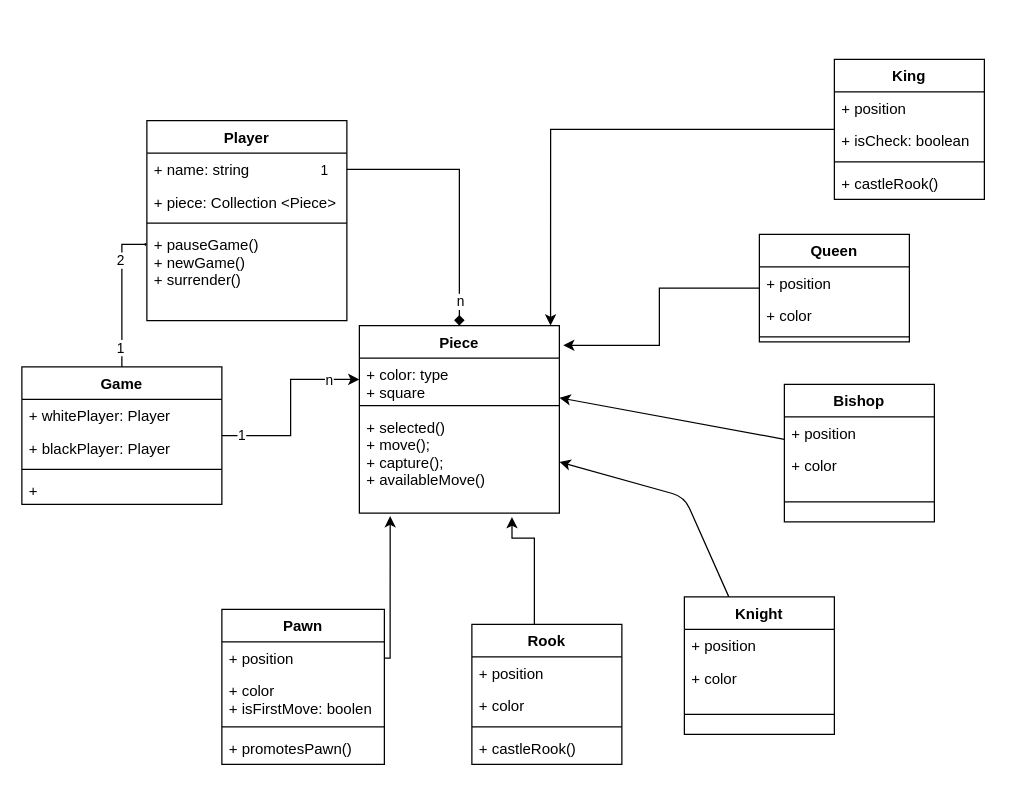
Above: uml/classDiagram.drawio in felixnguyen678/chess.com (draw.io), before the change. Source tidied: cells renumbered, new cells numbered last; positions are measured from the earlier drawing's top-left corner, leaving out a move shared by most shapes. Both pictures are drawn from the tidied source at 125%, with x=0, y=0 at pixel (21, 59).
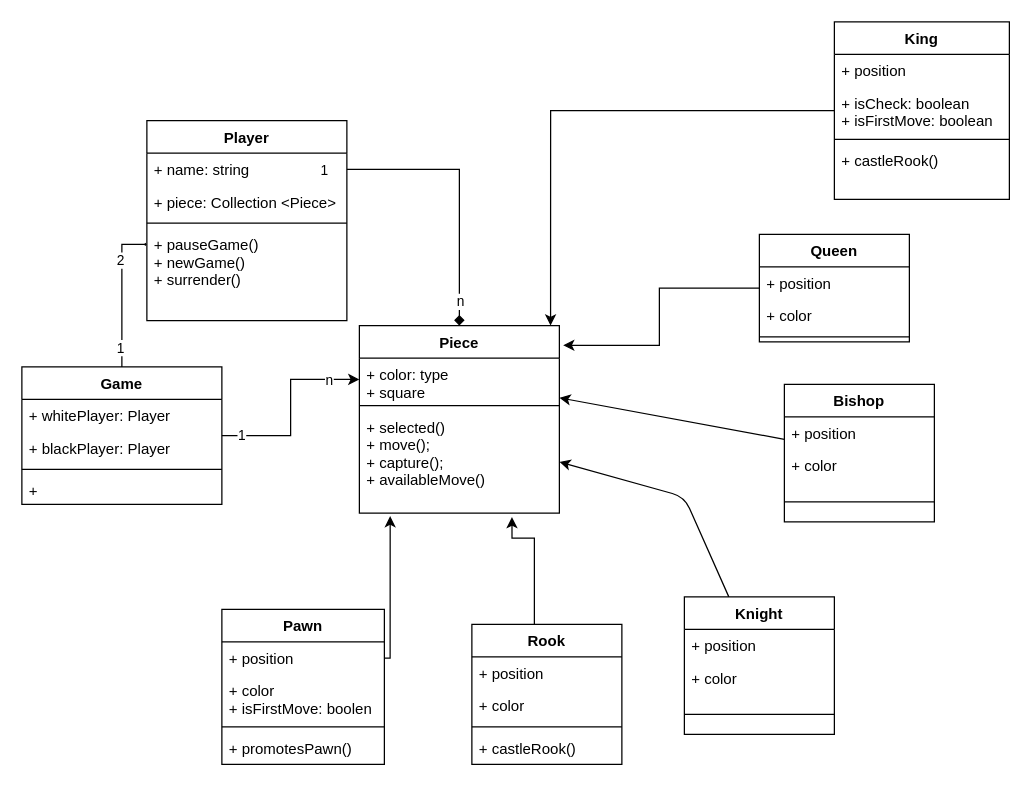
After the change.

Commit message:
nhom_1 | Update King in class diagram

Diff of the diagram source:
```diff
@@
     <mxCell id="29" value="King" style="swimlane;fontStyle=1;align=center;verticalAlign=top;horizontal=1;startSize=26;" parent="1" vertex="1">
-      <mxGeometry x="650" width="120" height="112" as="geometry" />
+      <mxGeometry x="650" y="-30" width="140" height="142" as="geometry" />
     </mxCell>
     <mxCell id="30" value="+ position&#10;" style="text;strokeColor=none;fillColor=none;align=left;verticalAlign=top;spacingLeft=4;spacingRight=4;overflow=hidden;" parent="29" vertex="1">
-      <mxGeometry y="26" width="120" height="26" as="geometry" />
+      <mxGeometry y="26" width="140" height="26" as="geometry" />
     </mxCell>
-    <mxCell id="31" value="+ isCheck: boolean" style="text;strokeColor=none;fillColor=none;align=left;verticalAlign=top;spacingLeft=4;spacingRight=4;overflow=hidden;" parent="29" vertex="1">
-      <mxGeometry y="52" width="120" height="26" as="geometry" />
+    <mxCell id="31" value="+ isCheck: boolean&#10;+ isFirstMove: boolean" style="text;strokeColor=none;fillColor=none;align=left;verticalAlign=top;spacingLeft=4;spacingRight=4;overflow=hidden;" parent="29" vertex="1">
+      <mxGeometry y="52" width="140" height="38" as="geometry" />
     </mxCell>
     <mxCell id="32" style="line;strokeWidth=1;fillColor=none;align=left;verticalAlign=middle;spacingTop=-1;spacingLeft=3;spacingRight=3;labelPosition=right;" parent="29" vertex="1">
-      <mxGeometry y="78" width="120" height="8" as="geometry" />
+      <mxGeometry y="90" width="140" height="8" as="geometry" />
     </mxCell>
     <mxCell id="33" value="+ castleRook()" style="text;strokeColor=none;fillColor=none;align=left;verticalAlign=top;spacingLeft=4;spacingRight=4;overflow=hidden;" parent="29" vertex="1">
-      <mxGeometry y="86" width="120" height="26" as="geometry" />
+      <mxGeometry y="98" width="140" height="44" as="geometry" />
     </mxCell>
```
